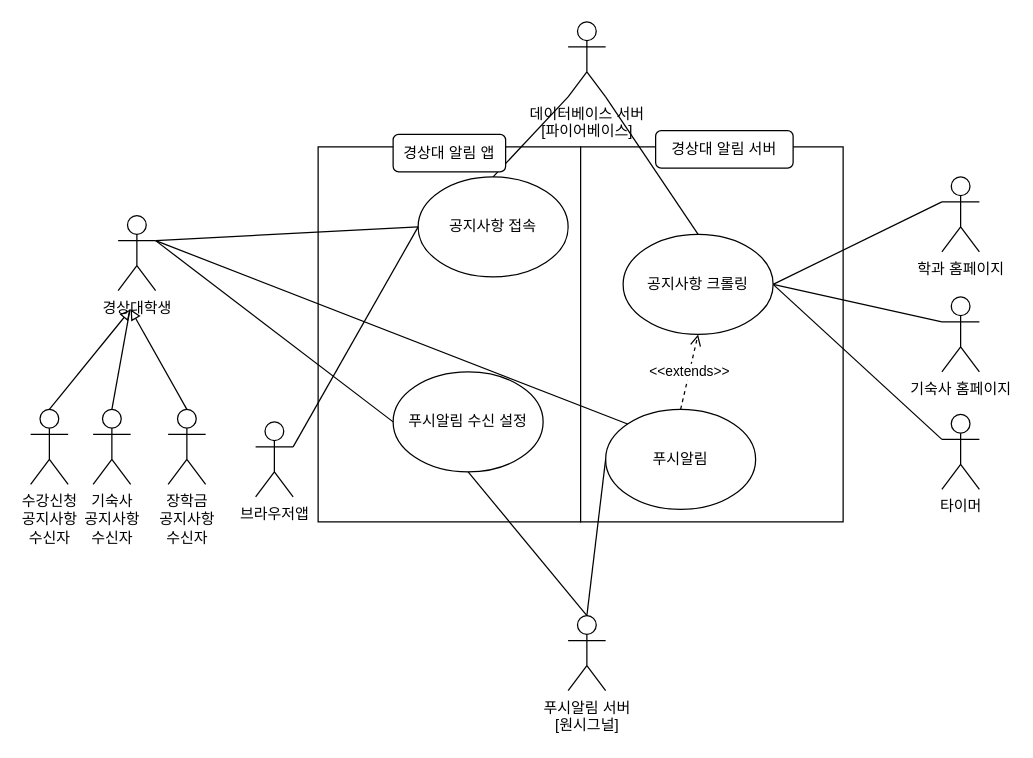
Before: UseCase Diagram.drawio in GoSeongJin/gnu-app, a draw.io diagram. Source tidied: cells renumbered, new cells numbered last; positions are measured from the earlier drawing's top-left corner, leaving out a move shared by most shapes. Both pictures are drawn from the tidied source at 125%, with x=0, y=0 at pixel (30, 21).
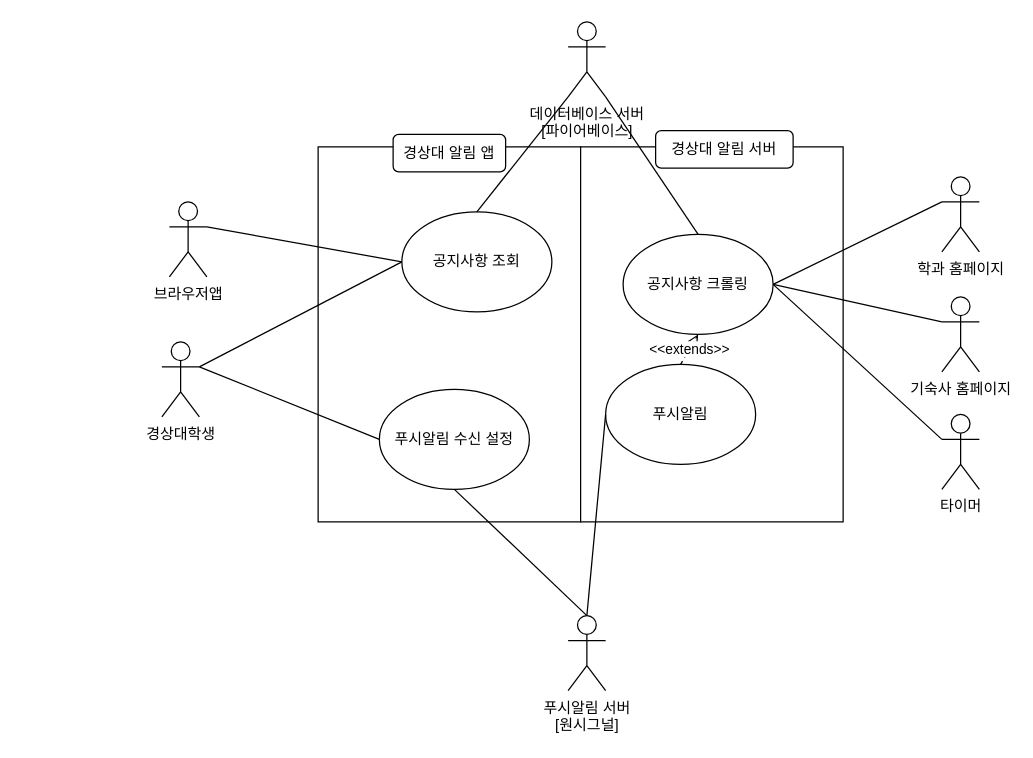
The same page after the edit.

The change refers to these unchanged cells:
```xml
<mxCell id="3" value="푸시알림 서버&lt;br&gt;[원시그널]" style="shape=umlActor;verticalLabelPosition=bottom;verticalAlign=top;html=1;outlineConnect=0;" parent="1" vertex="1">
  <mxGeometry x="430" y="475" width="30" height="60" as="geometry" />
</mxCell>
```

What changed in the source:
```diff
@@
     <mxCell id="5" value="브라우저앱" style="shape=umlActor;verticalLabelPosition=bottom;verticalAlign=top;html=1;outlineConnect=0;" parent="1" vertex="1">
-      <mxGeometry x="180" y="320" width="30" height="60" as="geometry" />
+      <mxGeometry x="111" y="144" width="30" height="60" as="geometry" />
     </mxCell>
@@
-    <mxCell id="11" value="공지사항 접속" style="ellipse;whiteSpace=wrap;html=1;" parent="1" vertex="1">
-      <mxGeometry x="310" y="124" width="120" height="80" as="geometry" />
+    <mxCell id="11" value="공지사항 조회" style="ellipse;whiteSpace=wrap;html=1;" parent="1" vertex="1">
+      <mxGeometry x="297" y="152" width="120" height="80" as="geometry" />
     </mxCell>
     <mxCell id="12" value="푸시알림 수신 설정" style="ellipse;whiteSpace=wrap;html=1;" parent="1" vertex="1">
-      <mxGeometry x="290" y="280" width="120" height="80" as="geometry" />
+      <mxGeometry x="279" y="294" width="120" height="80" as="geometry" />
     </mxCell>
     <mxCell id="13" value="푸시알림" style="ellipse;whiteSpace=wrap;html=1;" parent="1" vertex="1">
-      <mxGeometry x="460" y="310" width="120" height="80" as="geometry" />
+      <mxGeometry x="460" y="274" width="120" height="80" as="geometry" />
     </mxCell>
@@
-    <mxCell id="18" style="endArrow=none;html=1;rounded=0;exitX=0.5;exitY=1;exitDx=0;exitDy=0;entryX=0.5;entryY=0;entryDx=0;entryDy=0;entryPerimeter=0;" parent="1" edge="1" source="12" target="3">
+    <mxCell id="18" style="endArrow=none;html=1;rounded=0;entryX=0.5;entryY=0;entryDx=0;entryDy=0;entryPerimeter=0;exitX=0.5;exitY=1;exitDx=0;exitDy=0;" parent="1" edge="1" source="12" target="3">
       <mxGeometry relative="1" as="geometry" />
     </mxCell>
@@
-    <mxCell id="27" value="장학금 &lt;br&gt;공지사항 &lt;br&gt;수신자" style="shape=umlActor;verticalLabelPosition=bottom;verticalAlign=top;html=1;outlineConnect=0;" parent="1" vertex="1">
-      <mxGeometry x="110" y="310" width="30" height="60" as="geometry" />
-    </mxCell>
-    <mxCell id="28" value="기숙사 &lt;br&gt;공지사항 &lt;br&gt;수신자" style="shape=umlActor;verticalLabelPosition=bottom;verticalAlign=top;html=1;outlineConnect=0;" parent="1" vertex="1">
-      <mxGeometry x="50" y="310" width="30" height="60" as="geometry" />
-    </mxCell>
-    <mxCell id="29" value="수강신청 &lt;br&gt;공지사항 &lt;br&gt;수신자" style="shape=umlActor;verticalLabelPosition=bottom;verticalAlign=top;html=1;outlineConnect=0;" parent="1" vertex="1">
-      <mxGeometry y="310" width="30" height="60" as="geometry" />
-    </mxCell>
-    <mxCell id="30" style="endArrow=block;html=1;rounded=0;exitX=0.5;exitY=0;exitDx=0;exitDy=0;exitPerimeter=0;endFill=0;" parent="1" edge="1" source="29">
-      <mxGeometry relative="1" as="geometry">
-        <mxPoint x="80" y="230" as="targetPoint" />
-      </mxGeometry>
-    </mxCell>
-    <mxCell id="31" style="endArrow=block;html=1;rounded=0;exitX=0.5;exitY=0;exitDx=0;exitDy=0;exitPerimeter=0;endFill=0;" parent="1" edge="1" source="27">
-      <mxGeometry relative="1" as="geometry">
-        <mxPoint x="80" y="230" as="targetPoint" />
-      </mxGeometry>
-    </mxCell>
     <mxCell id="32" value="경상대학생" style="shape=umlActor;verticalLabelPosition=bottom;verticalAlign=top;html=1;outlineConnect=0;" parent="1" vertex="1">
-      <mxGeometry x="70" y="155" width="30" height="60" as="geometry" />
+      <mxGeometry x="105" y="256" width="30" height="60" as="geometry" />
     </mxCell>
-    <mxCell id="33" style="endArrow=none;html=1;rounded=0;exitX=0.5;exitY=0;exitDx=0;exitDy=0;exitPerimeter=0;endFill=0;" parent="1" edge="1" source="28">
-      <mxGeometry relative="1" as="geometry">
-        <mxPoint x="79.5" y="230" as="targetPoint" />
-      </mxGeometry>
-    </mxCell>
-    <mxCell id="34" style="endArrow=none;html=1;rounded=0;entryX=1;entryY=0.3333333333333333;entryDx=0;entryDy=0;entryPerimeter=0;exitX=0;exitY=0;exitDx=0;exitDy=0;" parent="1" edge="1" source="13" target="32">
-      <mxGeometry relative="1" as="geometry" />
-    </mxCell>
```
